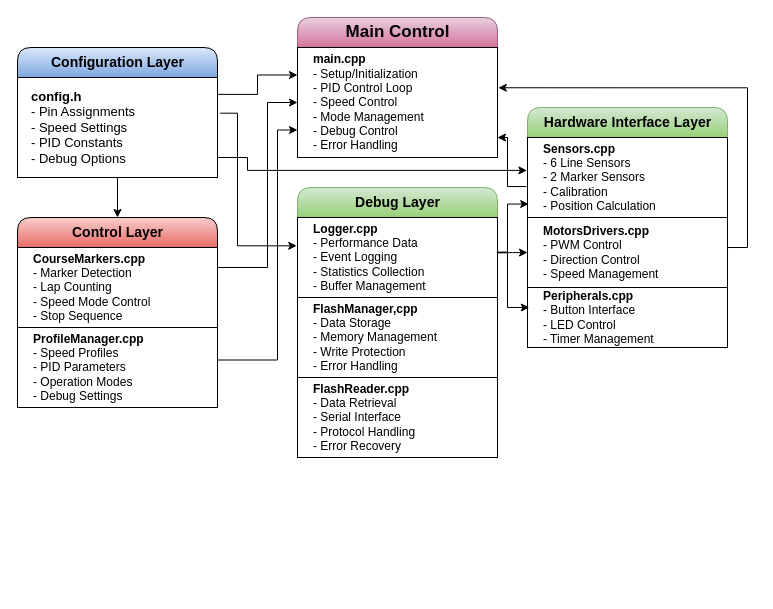
Above: Docs/system-drawio.drawio in frankalcantara/LineFollower (draw.io), before the change. Source tidied: cells renumbered, new cells numbered last; positions are measured from the earlier drawing's top-left corner, leaving out a move shared by most shapes. Both pictures are drawn from the tidied source at 100%, with x=0, y=0 at pixel (17, 17).
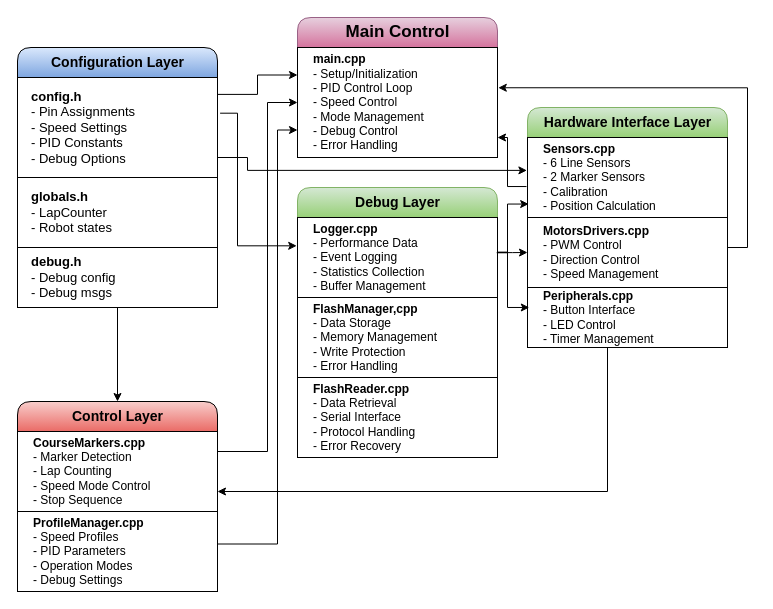
Above is the later version.

Unchanged cells that the change refers to:
```xml
<mxCell id="3" value="&lt;b&gt;config.h&lt;br&gt;&lt;/b&gt;- Pin Assignments&lt;br&gt;- Speed Settings&lt;br&gt;- PID Constants&lt;br&gt;- Debug Options" style="rounded=0;whiteSpace=wrap;html=1;align=left;spacingLeft=12;fontSize=13;" parent="2" vertex="1">
  <mxGeometry y="30" width="200" height="100" as="geometry" />
</mxCell>
<mxCell id="7" value="&lt;b&gt;Peripherals.cpp&lt;br&gt;&lt;/b&gt;- Button Interface&lt;br&gt;- LED Control&lt;br&gt;- Timer Management" style="rounded=0;whiteSpace=wrap;html=1;align=left;spacingLeft=14;" parent="4" vertex="1">
  <mxGeometry y="180" width="200" height="60" as="geometry" />
</mxCell>
<mxCell id="9" value="&lt;b&gt;CourseMarkers.cpp&lt;br&gt;&lt;/b&gt;- Marker Detection&lt;br&gt;- Lap Counting&lt;br&gt;- Speed Mode Control&lt;br&gt;- Stop Sequence" style="rounded=0;whiteSpace=wrap;html=1;align=left;spacingLeft=14;" parent="8" vertex="1">
  <mxGeometry y="30" width="200" height="80" as="geometry" />
</mxCell>
```

What changed in the source:
```diff
@@
     <mxCell id="2" value="Configuration Layer" style="swimlane;fontStyle=1;horizontal=1;startSize=30;fillColor=#dae8fc;html=1;gradientColor=#7ea6e0;strokeColor=default;fontSize=14;shadow=0;rounded=1;" parent="1" vertex="1">
-      <mxGeometry y="30" width="200" height="130" as="geometry" />
+      <mxGeometry y="30" width="200" height="260" as="geometry" />
     </mxCell>
@@
+    <mxCell id="30" value="&lt;b style=&quot;border-color: var(--border-color);&quot;&gt;globals.h&lt;br style=&quot;border-color: var(--border-color);&quot;&gt;&lt;/b&gt;- LapCounter&lt;br style=&quot;border-color: var(--border-color);&quot;&gt;- Robot states" style="rounded=0;whiteSpace=wrap;html=1;align=left;spacingLeft=12;fontSize=13;" parent="2" vertex="1">
+      <mxGeometry y="130" width="200" height="70" as="geometry" />
+    </mxCell>
+    <mxCell id="31" value="&lt;b style=&quot;border-color: var(--border-color);&quot;&gt;debug.h&lt;br style=&quot;border-color: var(--border-color);&quot;&gt;&lt;/b&gt;- Debug config&lt;br style=&quot;border-color: var(--border-color);&quot;&gt;- Debug msgs&amp;nbsp;" style="rounded=0;whiteSpace=wrap;html=1;align=left;spacingLeft=12;fontSize=13;" parent="2" vertex="1">
+      <mxGeometry y="200" width="200" height="60" as="geometry" />
+    </mxCell>
@@
     <mxCell id="8" value="Control Layer" style="swimlane;fontStyle=1;horizontal=1;startSize=30;fillColor=#f8cecc;html=1;gradientColor=#ea6b66;strokeColor=default;fontSize=14;rounded=1;" parent="1" vertex="1">
-      <mxGeometry y="200" width="200" height="190" as="geometry" />
+      <mxGeometry y="384" width="200" height="190" as="geometry" />
     </mxCell>
@@
-    <mxCell id="25" style="edgeStyle=elbowEdgeStyle;rounded=0;jettySize=auto;html=1;entryX=0.5;entryY=0;entryDx=0;entryDy=0;fontSize=14;fontColor=#FCFCFC;" parent="1" edge="1" source="3" target="8">
+    <mxCell id="25" style="edgeStyle=elbowEdgeStyle;rounded=0;jettySize=auto;html=1;entryX=0.5;entryY=0;entryDx=0;entryDy=0;fontSize=14;fontColor=#FCFCFC;exitX=0.5;exitY=1;exitDx=0;exitDy=0;" parent="1" edge="1" source="31" target="8">
       <mxGeometry relative="1" as="geometry" />
     </mxCell>
@@
+    <mxCell id="32" style="edgeStyle=elbowEdgeStyle;rounded=0;jettySize=auto;html=1;entryX=1;entryY=0.75;entryDx=0;entryDy=0;fontSize=14;fontColor=#FCFCFC;" parent="1" edge="1" source="7" target="9">
+      <mxGeometry relative="1" as="geometry">
+        <Array as="points">
+          <mxPoint x="590" y="410" />
+        </Array>
+      </mxGeometry>
+    </mxCell>
```
